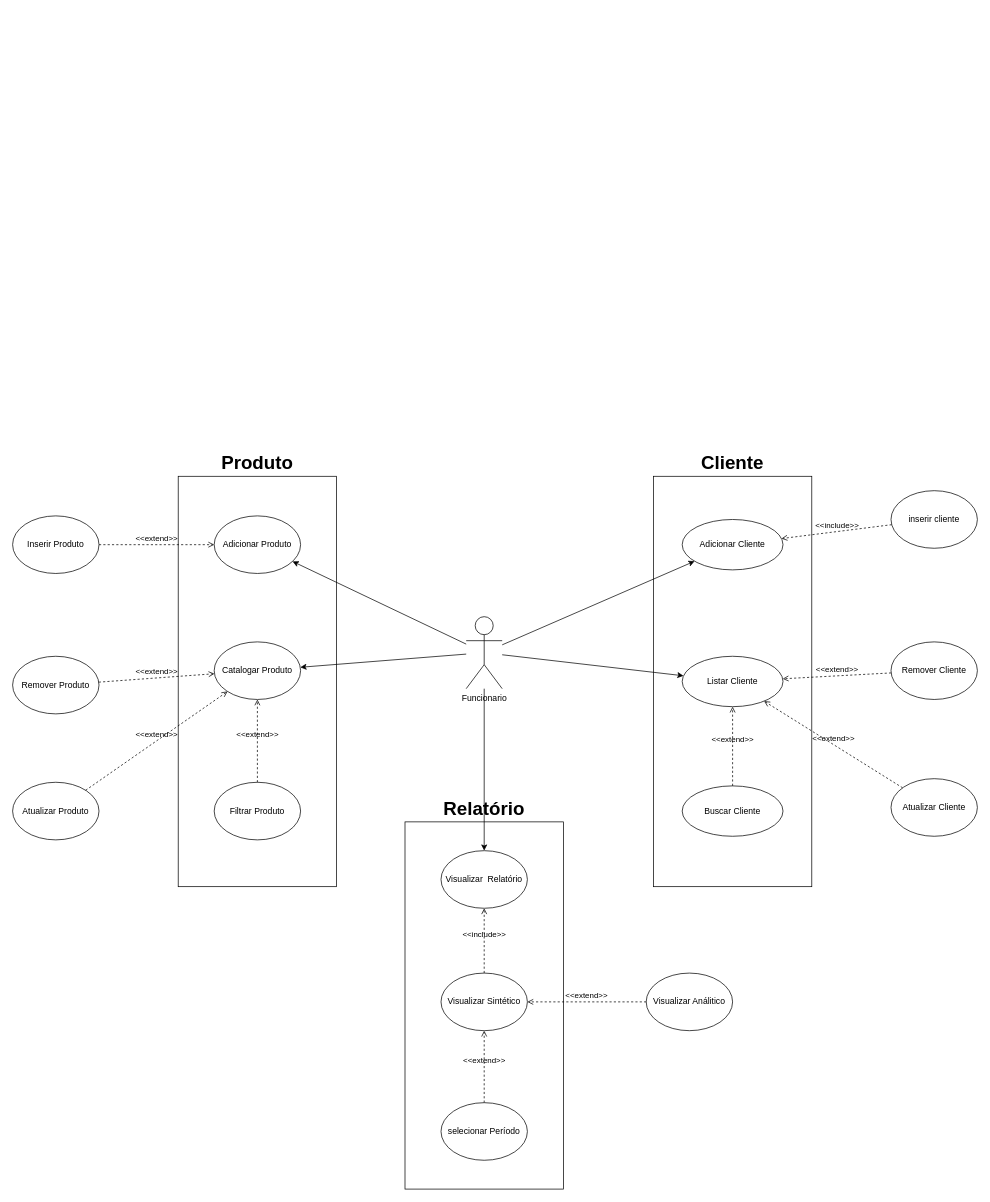
This is ADS/Diagrama_CasoDeUso.drawio from tirabello/PI-2, a draw.io file, before an edit. Source tidied: cells renumbered, new cells numbered last; positions are measured from the earlier drawing's top-left corner, leaving out a move shared by most shapes. Both pictures are drawn from the tidied source at 72%, with x=0, y=0 at pixel (12, 476).
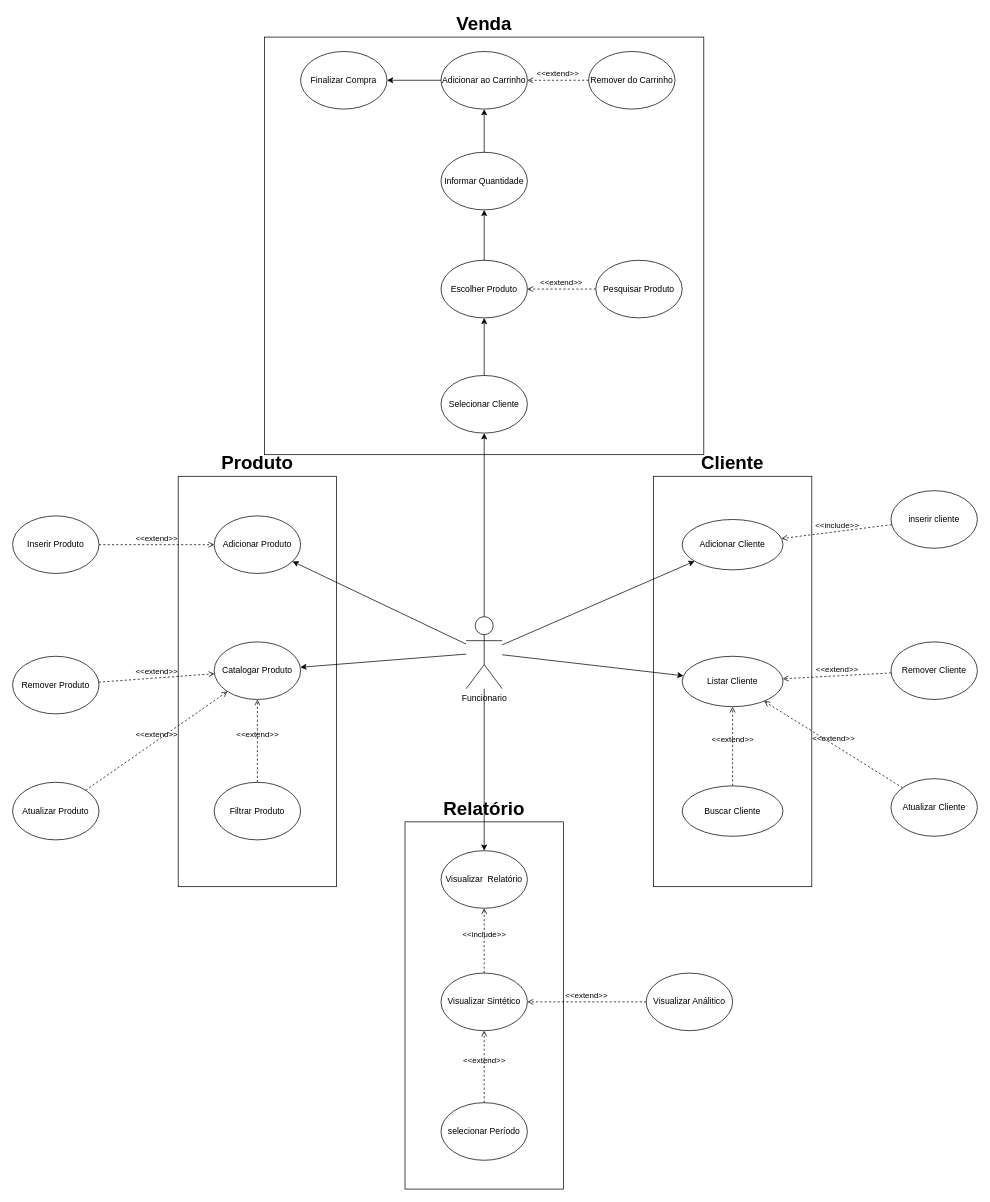
The same diagram, later.

Commit message:
Diagrama completo

The change refers to these unchanged cells:
```xml
<mxCell id="3" value="Funcionario" style="shape=umlActor;verticalLabelPosition=bottom;verticalAlign=top;html=1;" parent="1" vertex="1">
  <mxGeometry x="630" y="195" width="50" height="100" as="geometry" />
</mxCell>
```

Change to the diagram source:
```diff
@@
+    <mxCell id="38" value="Venda" style="rounded=0;whiteSpace=wrap;html=1;align=center;verticalAlign=bottom;labelPosition=center;verticalLabelPosition=top;fontStyle=1;fontSize=26;" parent="1" vertex="1">
+      <mxGeometry x="350" y="-610" width="610" height="580" as="geometry" />
+    </mxCell>
@@
+    <mxCell id="39" style="endArrow=classic;html=1;rounded=0;exitX=0.5;exitY=0;exitDx=0;exitDy=0;exitPerimeter=0;" parent="1" edge="1" source="3" target="40">
+      <mxGeometry relative="1" as="geometry" />
+    </mxCell>
+    <mxCell id="40" value="Selecionar Cliente" style="ellipse;whiteSpace=wrap;html=1;" parent="1" vertex="1">
+      <mxGeometry x="595" y="-140" width="120" height="80" as="geometry" />
+    </mxCell>
+    <mxCell id="41" value="Escolher Produto" style="ellipse;whiteSpace=wrap;html=1;" parent="1" vertex="1">
+      <mxGeometry x="595" y="-300" width="120" height="80" as="geometry" />
+    </mxCell>
+    <mxCell id="42" value="&amp;lt;&amp;lt;extend&amp;gt;&amp;gt;" style="html=1;verticalAlign=bottom;labelBackgroundColor=none;endArrow=open;endFill=0;dashed=1;rounded=0;" parent="1" edge="1" source="43" target="41">
+      <mxGeometry relative="1" as="geometry" />
+    </mxCell>
+    <mxCell id="43" value="Pesquisar Produto" style="ellipse;whiteSpace=wrap;html=1;" parent="1" vertex="1">
+      <mxGeometry x="810" y="-300" width="120" height="80" as="geometry" />
+    </mxCell>
+    <mxCell id="44" style="endArrow=classic;html=1;rounded=0;" parent="1" edge="1" source="40" target="41">
+      <mxGeometry relative="1" as="geometry" />
+    </mxCell>
+    <mxCell id="45" style="endArrow=classic;html=1;rounded=0;" parent="1" edge="1" source="41" target="46">
+      <mxGeometry relative="1" as="geometry" />
+    </mxCell>
+    <mxCell id="46" value="Informar Quantidade" style="ellipse;whiteSpace=wrap;html=1;" parent="1" vertex="1">
+      <mxGeometry x="595" y="-450" width="120" height="80" as="geometry" />
+    </mxCell>
+    <mxCell id="47" style="endArrow=classic;html=1;rounded=0;" parent="1" edge="1" source="46" target="48">
+      <mxGeometry relative="1" as="geometry" />
+    </mxCell>
+    <mxCell id="48" value="Adicionar ao Carrinho" style="ellipse;whiteSpace=wrap;html=1;" parent="1" vertex="1">
+      <mxGeometry x="595" y="-590" width="120" height="80" as="geometry" />
+    </mxCell>
+    <mxCell id="49" value="Remover do Carrinho" style="ellipse;whiteSpace=wrap;html=1;" parent="1" vertex="1">
+      <mxGeometry x="800" y="-590" width="120" height="80" as="geometry" />
+    </mxCell>
+    <mxCell id="50" value="&amp;lt;&amp;lt;extend&amp;gt;&amp;gt;" style="html=1;verticalAlign=bottom;labelBackgroundColor=none;endArrow=open;endFill=0;dashed=1;rounded=0;" parent="1" edge="1" source="49" target="48">
+      <mxGeometry relative="1" as="geometry" />
+    </mxCell>
+    <mxCell id="51" value="Finalizar Compra" style="ellipse;whiteSpace=wrap;html=1;" parent="1" vertex="1">
+      <mxGeometry x="400" y="-590" width="120" height="80" as="geometry" />
+    </mxCell>
+    <mxCell id="52" style="endArrow=classic;html=1;rounded=0;" parent="1" edge="1" source="48" target="51">
+      <mxGeometry relative="1" as="geometry" />
+    </mxCell>
```
